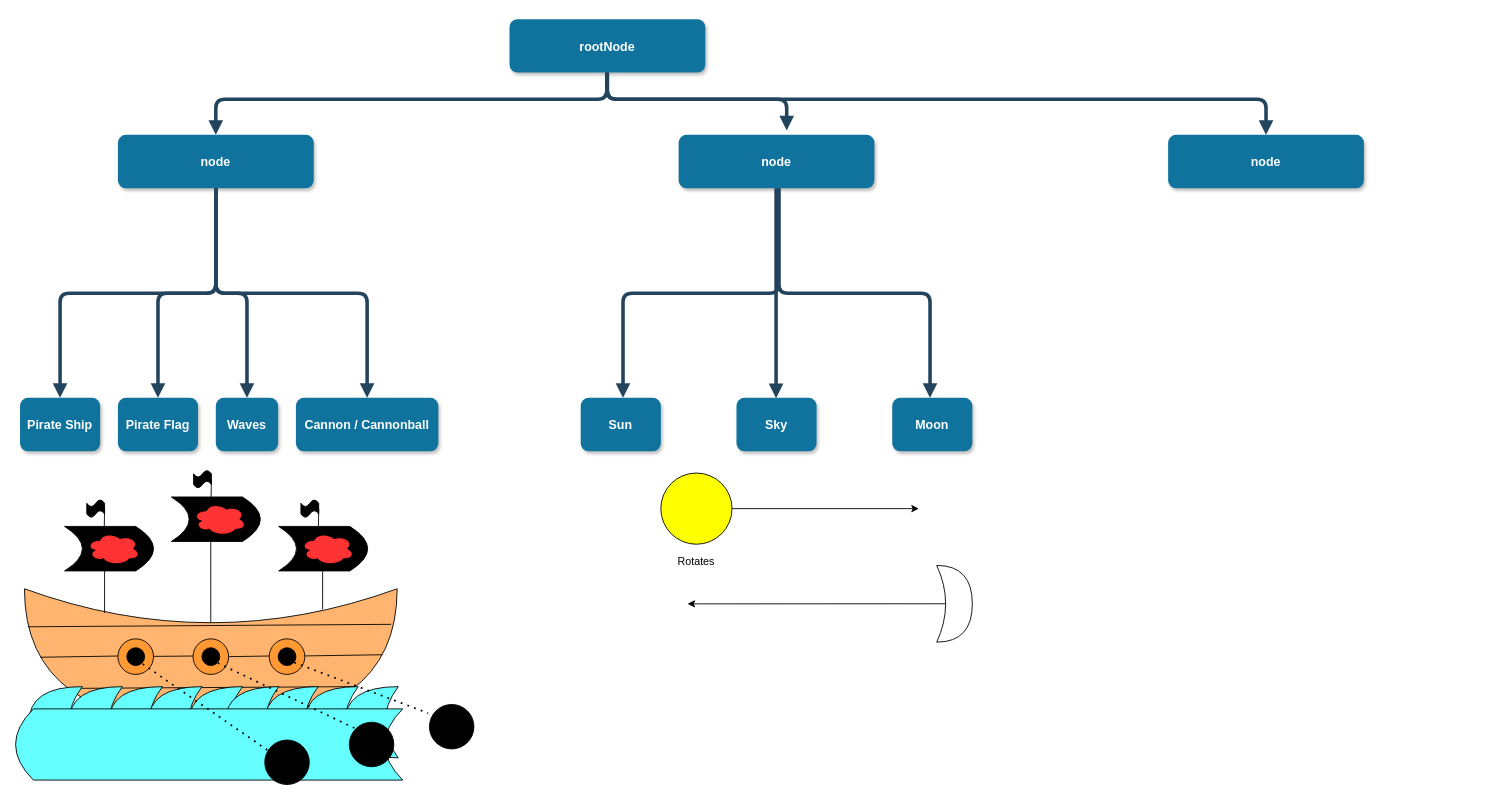
Earlier version of the draw.io diagram Assignment 4 - 2D Animation/sketchgraph.drawio (alex-chiu/CS324EGroup13). Source tidied: cells renumbered, new cells numbered last; positions are measured from the earlier drawing's top-left corner, leaving out a move shared by most shapes. Both pictures are drawn from the tidied source at 89%, with x=0, y=0 at pixel (15, 19). Pictures stored in the file or linked from it are replaced by grey dashed boxes.
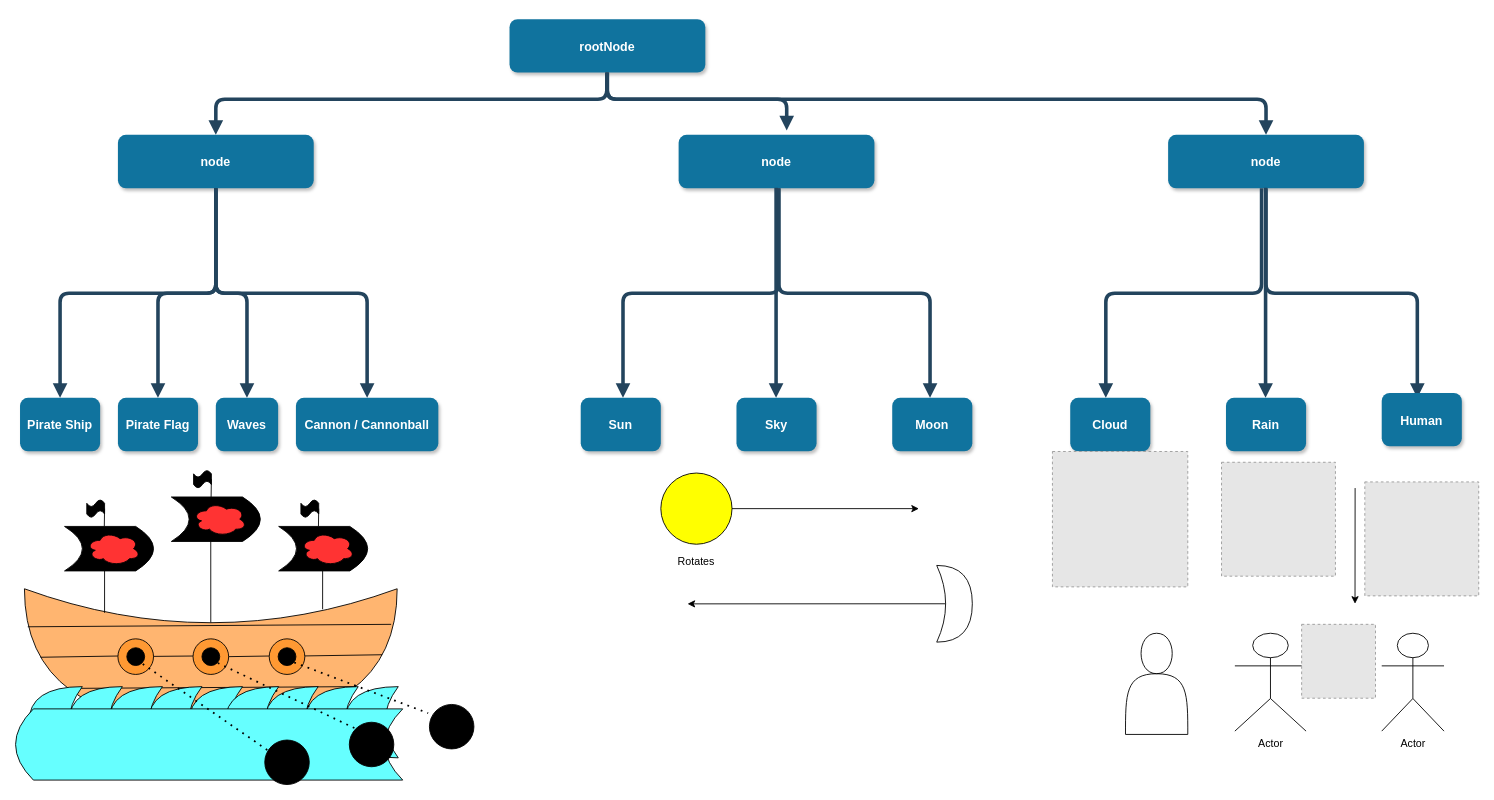
After the change.

Change to the diagram source:
```diff
@@
     <mxCell id="68" style="edgeStyle=elbowEdgeStyle;elbow=vertical;strokeWidth=4;endArrow=block;endFill=1;fontStyle=1;strokeColor=#23445D;" parent="1" edge="1">
-      <mxGeometry x="651.5" y="165.5" as="geometry">
-        <mxPoint x="854.5" y="190" as="sourcePoint" />
-        <mxPoint x="854.5" y="426" as="targetPoint" />
+      <mxGeometry x="651.5" y="165" as="geometry">
+        <mxPoint x="854.5" y="189.5" as="sourcePoint" />
+        <mxPoint x="854.5" y="425.5" as="targetPoint" />
         <Array as="points">
-          <mxPoint x="854.5" y="340" />
+          <mxPoint x="854.5" y="339.5" />
         </Array>
       </mxGeometry>
     </mxCell>
@@
+    <mxCell id="73" style="edgeStyle=elbowEdgeStyle;elbow=vertical;strokeWidth=4;endArrow=block;endFill=1;fontStyle=1;strokeColor=#23445D;" parent="1" edge="1">
+      <mxGeometry x="1202" y="165.5" as="geometry">
+        <mxPoint x="1405" y="190" as="sourcePoint" />
+        <mxPoint x="1575" y="425.5" as="targetPoint" />
+      </mxGeometry>
+    </mxCell>
+    <mxCell id="74" style="edgeStyle=elbowEdgeStyle;elbow=vertical;strokeWidth=4;endArrow=block;endFill=1;fontStyle=1;strokeColor=#23445D;" parent="1" edge="1">
+      <mxGeometry x="1201.5" y="165" as="geometry">
+        <mxPoint x="1404.5" y="189.5" as="sourcePoint" />
+        <mxPoint x="1404.5" y="425.5" as="targetPoint" />
+        <Array as="points">
+          <mxPoint x="1404.5" y="339.5" />
+        </Array>
+      </mxGeometry>
+    </mxCell>
+    <mxCell id="75" style="edgeStyle=elbowEdgeStyle;elbow=vertical;strokeWidth=4;endArrow=block;endFill=1;fontStyle=1;strokeColor=#23445D;" parent="1" edge="1">
+      <mxGeometry x="1197" y="165.5" as="geometry">
+        <mxPoint x="1400" y="190" as="sourcePoint" />
+        <mxPoint x="1225" y="425.5" as="targetPoint" />
+      </mxGeometry>
+    </mxCell>
+    <mxCell id="76" value="Cloud" style="rounded=1;fillColor=#10739E;strokeColor=none;shadow=1;gradientColor=none;fontStyle=1;fontColor=#FFFFFF;fontSize=14;" parent="1" vertex="1">
+      <mxGeometry x="1185" y="425.5" width="90" height="60" as="geometry" />
+    </mxCell>
+    <mxCell id="77" value="Rain" style="rounded=1;fillColor=#10739E;strokeColor=none;shadow=1;gradientColor=none;fontStyle=1;fontColor=#FFFFFF;fontSize=14;" parent="1" vertex="1">
+      <mxGeometry x="1360" y="425.5" width="90" height="60" as="geometry" />
+    </mxCell>
+    <mxCell id="78" value="Human" style="rounded=1;fillColor=#10739E;strokeColor=none;shadow=1;gradientColor=none;fontStyle=1;fontColor=#FFFFFF;fontSize=14;" parent="1" vertex="1">
+      <mxGeometry x="1535" y="420" width="90" height="60" as="geometry" />
+    </mxCell>
+    <mxCell id="79" value="Actor" style="shape=umlActor;verticalLabelPosition=bottom;verticalAlign=top;html=1;" parent="1" vertex="1">
+      <mxGeometry x="1370" y="690" width="80" height="110" as="geometry" />
+    </mxCell>
+    <mxCell id="80" style="fillColor=#E6E6E6;strokeColor=#999999;dashed=1;html=1;verticalAlign=top;verticalLabelPosition=bottom;labelBackgroundColor=#ffffff;" parent="1" vertex="1">
+      <mxGeometry x="1445" y="680" width="83" height="83" as="geometry" />
+    </mxCell>
+    <mxCell id="81" style="fillColor=#E6E6E6;strokeColor=#999999;dashed=1;html=1;verticalAlign=top;verticalLabelPosition=bottom;labelBackgroundColor=#ffffff;" parent="1" vertex="1">
+      <mxGeometry x="1355" y="497.9" width="128" height="128" as="geometry" />
+    </mxCell>
+    <mxCell id="82" style="fillColor=#E6E6E6;strokeColor=#999999;dashed=1;html=1;verticalAlign=top;verticalLabelPosition=bottom;labelBackgroundColor=#ffffff;" parent="1" vertex="1">
+      <mxGeometry x="1516" y="520" width="128" height="128" as="geometry" />
+    </mxCell>
+    <mxCell id="83" style="fillColor=#E6E6E6;strokeColor=#999999;dashed=1;html=1;verticalAlign=top;verticalLabelPosition=bottom;labelBackgroundColor=#ffffff;" parent="1" vertex="1">
+      <mxGeometry x="1165" y="485.8" width="152.1" height="152.1" as="geometry" />
+    </mxCell>
+    <mxCell id="84" style="endArrow=classic;html=1;" parent="1" edge="1">
+      <mxGeometry relative="1" as="geometry">
+        <mxPoint x="1505.1" y="526.9" as="sourcePoint" />
+        <mxPoint x="1505" y="656.9" as="targetPoint" />
+      </mxGeometry>
+    </mxCell>
+    <mxCell id="85" style="shape=actor;whiteSpace=wrap;html=1;" parent="1" vertex="1">
+      <mxGeometry x="1247.1" y="690" width="70" height="113.7" as="geometry" />
+    </mxCell>
+    <mxCell id="86" value="Actor" style="shape=umlActor;verticalLabelPosition=bottom;verticalAlign=top;html=1;" parent="1" vertex="1">
+      <mxGeometry x="1535" y="690" width="70" height="110" as="geometry" />
+    </mxCell>
```
